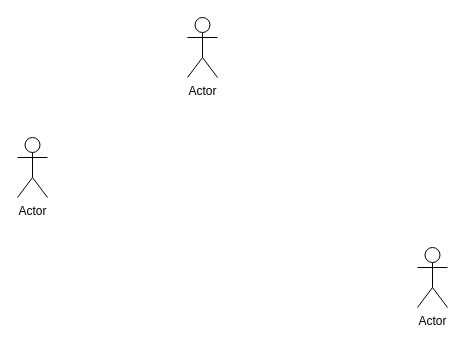
Before: Use Case Diagram.drawio in ahmadzakiakmal/Gama-CommuteCast, a draw.io diagram. Source tidied: cells renumbered, new cells numbered last; positions are measured from the earlier drawing's top-left corner, leaving out a move shared by most shapes. Both pictures are drawn from the tidied source at 100%, with x=0, y=0 at pixel (17, 17).
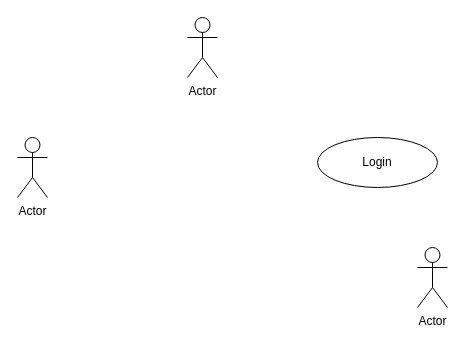
Above is the later version.

Diff of the diagram source:
```diff
@@
 <mxGraphModel>
   <root>
     <mxCell id="0" />
     <mxCell id="1" parent="0" />
     <mxCell id="2" value="Actor" style="shape=umlActor;verticalLabelPosition=bottom;verticalAlign=top;html=1;" parent="1" vertex="1">
       <mxGeometry y="120" width="30" height="60" as="geometry" />
     </mxCell>
     <mxCell id="3" value="Actor" style="shape=umlActor;verticalLabelPosition=bottom;verticalAlign=top;html=1;" parent="1" vertex="1">
       <mxGeometry x="400" y="230" width="30" height="60" as="geometry" />
     </mxCell>
     <mxCell id="4" value="Actor" style="shape=umlActor;verticalLabelPosition=bottom;verticalAlign=top;html=1;" parent="1" vertex="1">
       <mxGeometry x="170" width="30" height="60" as="geometry" />
     </mxCell>
+    <mxCell id="5" value="Login" style="ellipse;whiteSpace=wrap;html=1;" parent="1" vertex="1">
+      <mxGeometry x="300" y="120" width="120" height="50" as="geometry" />
+    </mxCell>
   </root>
 </mxGraphModel>
```
